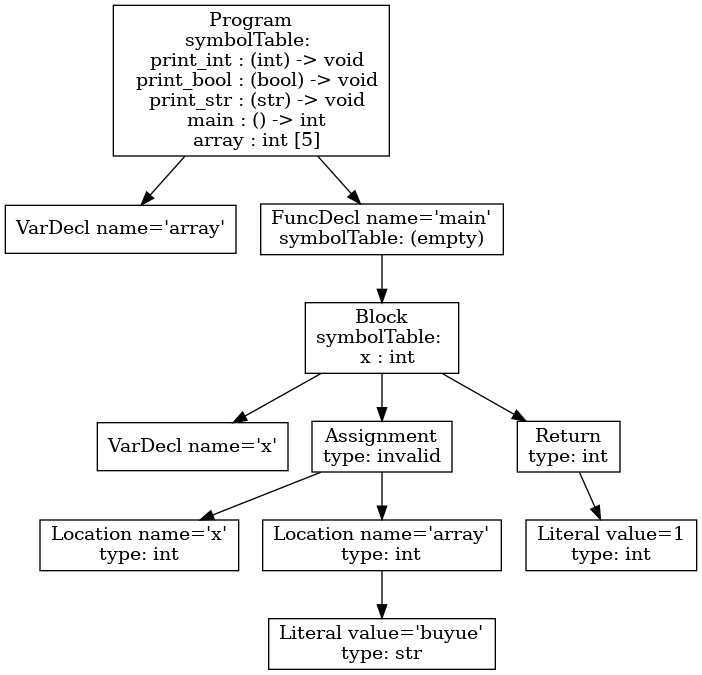
The Graphviz diagram p3-analysis/tree.png in dada1802/cs432-project, before a commit. Its source is kept beside it as p3-analysis/tree.dot.
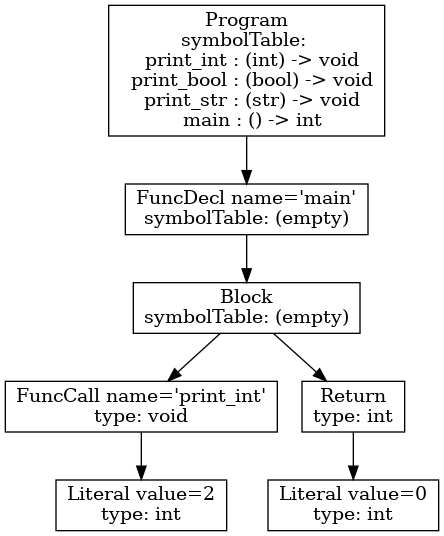
Later version of the same file.

The edit, as a diff of the source:
```diff
@@ -1,23 +1,15 @@
 digraph AST {
-1 [shape=box, label="VarDecl name='array'"];
-4 [shape=box, label="VarDecl name='x'"];
-6 [shape=box, label="Location name='x'\ntype: int"];
-8 [shape=box, label="Literal value='buyue'\ntype: str"];
-7 [shape=box, label="Location name='array'\ntype: int"];
-7 -> 8;
-5 [shape=box, label="Assignment\ntype: invalid"];
+4 [shape=box, label="Literal value=2\ntype: int"];
+3 [shape=box, label="FuncCall name='print_int'\ntype: void"];
+3 -> 4;
+6 [shape=box, label="Literal value=0\ntype: int"];
+5 [shape=box, label="Return\ntype: int"];
 5 -> 6;
-5 -> 7;
-10 [shape=box, label="Literal value=1\ntype: int"];
-9 [shape=box, label="Return\ntype: int"];
-9 -> 10;
-3 [shape=box, label="Block\nsymbolTable: \n  x : int"];
-3 -> 4;
-3 -> 5;
-3 -> 9;
-2 [shape=box, label="FuncDecl name='main'\nsymbolTable: (empty)"];
+2 [shape=box, label="Block\nsymbolTable: (empty)"];
 2 -> 3;
-0 [shape=box, label="Program\nsymbolTable: \n  print_int : (int) -> void\n  print_bool : (bool) -> void\n  print_str : (str) -> void\n  main : () -> int\n  array : int [5]"];
+2 -> 5;
+1 [shape=box, label="FuncDecl name='main'\nsymbolTable: (empty)"];
+1 -> 2;
+0 [shape=box, label="Program\nsymbolTable: \n  print_int : (int) -> void\n  print_bool : (bool) -> void\n  print_str : (str) -> void\n  main : () -> int"];
 0 -> 1;
-0 -> 2;
 }
```
